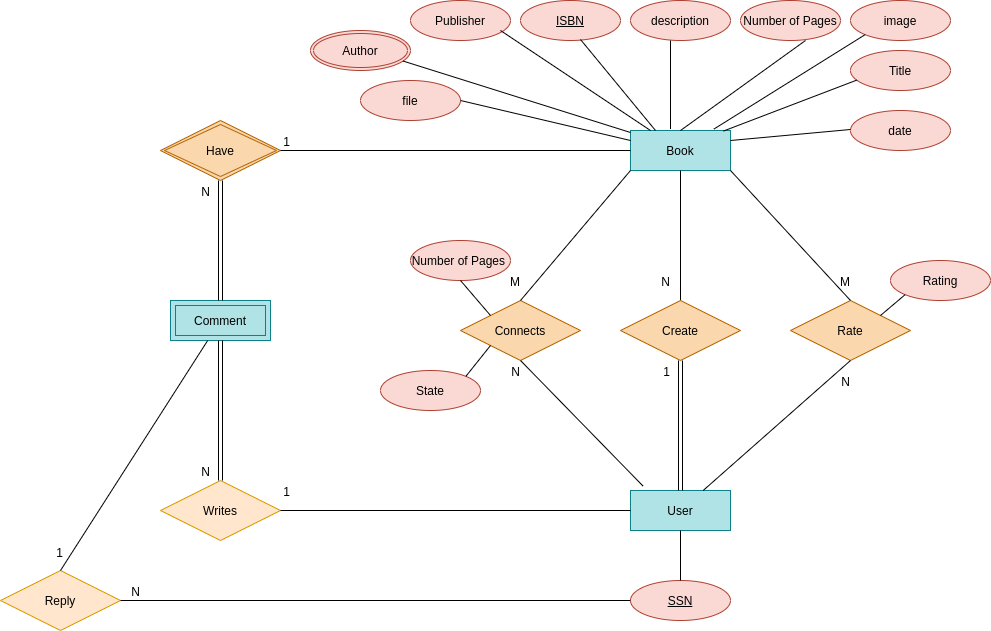
web-programming-course/SadafSocialNetwork keeps this draw.io diagram as Database/ER.png. Above is the earlier version. Source tidied: cells renumbered, new cells last; positions are measured from the earlier drawing's top-left corner, leaving out a move shared by most shapes. Source of this version:
```xml
<mxGraphModel>
  <root>
    <mxCell id="0" />
    <mxCell id="1" parent="0" />
    <mxCell id="2" value="Book" style="whiteSpace=wrap;html=1;align=center;fillColor=#b0e3e6;strokeColor=#0e8088;" parent="1" vertex="1">
      <mxGeometry x="630" y="130" width="100" height="40" as="geometry" />
    </mxCell>
    <mxCell id="3" value="ISBN" style="ellipse;whiteSpace=wrap;html=1;align=center;fontStyle=4;fillColor=#fad9d5;strokeColor=#ae4132;" parent="1" vertex="1">
      <mxGeometry x="520" width="100" height="40" as="geometry" />
    </mxCell>
    <mxCell id="4" value="description" style="ellipse;whiteSpace=wrap;html=1;align=center;fillColor=#fad9d5;strokeColor=#ae4132;" parent="1" vertex="1">
      <mxGeometry x="630" width="100" height="40" as="geometry" />
    </mxCell>
    <mxCell id="5" value="Number of Pages" style="ellipse;whiteSpace=wrap;html=1;align=center;fillColor=#fad9d5;strokeColor=#ae4132;" parent="1" vertex="1">
      <mxGeometry x="740" width="100" height="40" as="geometry" />
    </mxCell>
    <mxCell id="6" value="Publisher" style="ellipse;whiteSpace=wrap;html=1;align=center;fillColor=#fad9d5;strokeColor=#ae4132;" parent="1" vertex="1">
      <mxGeometry x="410" width="100" height="40" as="geometry" />
    </mxCell>
    <mxCell id="7" value="image" style="ellipse;whiteSpace=wrap;html=1;align=center;fillColor=#fad9d5;strokeColor=#ae4132;" parent="1" vertex="1">
      <mxGeometry x="850" width="100" height="40" as="geometry" />
    </mxCell>
    <mxCell id="8" value="Author" style="ellipse;shape=doubleEllipse;margin=3;whiteSpace=wrap;html=1;align=center;fillColor=#fad9d5;strokeColor=#ae4132;" parent="1" vertex="1">
      <mxGeometry x="310" y="30" width="100" height="40" as="geometry" />
    </mxCell>
    <mxCell id="9" value="Title" style="ellipse;whiteSpace=wrap;html=1;align=center;fillColor=#fad9d5;strokeColor=#ae4132;" parent="1" vertex="1">
      <mxGeometry x="850" y="50" width="100" height="40" as="geometry" />
    </mxCell>
    <mxCell id="10" value="file" style="ellipse;whiteSpace=wrap;html=1;align=center;fillColor=#fad9d5;strokeColor=#ae4132;" parent="1" vertex="1">
      <mxGeometry x="360" y="80" width="100" height="40" as="geometry" />
    </mxCell>
    <mxCell id="11" value="date" style="ellipse;whiteSpace=wrap;html=1;align=center;fillColor=#fad9d5;strokeColor=#ae4132;" parent="1" vertex="1">
      <mxGeometry x="850" y="110" width="100" height="40" as="geometry" />
    </mxCell>
    <mxCell id="12" style="endArrow=none;html=1;rounded=0;entryX=0;entryY=0.25;entryDx=0;entryDy=0;exitX=1;exitY=0.5;exitDx=0;exitDy=0;" parent="1" edge="1" source="10" target="2">
      <mxGeometry relative="1" as="geometry" />
    </mxCell>
    <mxCell id="13" style="endArrow=none;html=1;rounded=0;exitX=0.925;exitY=0.763;exitDx=0;exitDy=0;exitPerimeter=0;" parent="1" edge="1" source="8">
      <mxGeometry relative="1" as="geometry">
        <mxPoint x="630" y="132" as="targetPoint" />
      </mxGeometry>
    </mxCell>
    <mxCell id="14" style="endArrow=none;html=1;rounded=0;" parent="1" edge="1" target="2">
      <mxGeometry relative="1" as="geometry">
        <mxPoint x="500" y="30" as="sourcePoint" />
      </mxGeometry>
    </mxCell>
    <mxCell id="15" style="endArrow=none;html=1;rounded=0;entryX=0.25;entryY=0;entryDx=0;entryDy=0;" parent="1" edge="1" target="2">
      <mxGeometry relative="1" as="geometry">
        <mxPoint x="580" y="39" as="sourcePoint" />
      </mxGeometry>
    </mxCell>
    <mxCell id="16" style="endArrow=none;html=1;rounded=0;entryX=0.4;entryY=-0.037;entryDx=0;entryDy=0;entryPerimeter=0;" parent="1" edge="1" target="2">
      <mxGeometry relative="1" as="geometry">
        <mxPoint x="670" y="40" as="sourcePoint" />
      </mxGeometry>
    </mxCell>
    <mxCell id="17" style="endArrow=none;html=1;rounded=0;exitX=0.5;exitY=0;exitDx=0;exitDy=0;" parent="1" edge="1" source="2">
      <mxGeometry relative="1" as="geometry">
        <mxPoint x="805" y="40" as="targetPoint" />
      </mxGeometry>
    </mxCell>
    <mxCell id="18" style="endArrow=none;html=1;rounded=0;exitX=0.835;exitY=-0.037;exitDx=0;exitDy=0;exitPerimeter=0;entryX=0;entryY=1;entryDx=0;entryDy=0;" parent="1" edge="1" source="2" target="7">
      <mxGeometry relative="1" as="geometry" />
    </mxCell>
    <mxCell id="19" style="endArrow=none;html=1;rounded=0;exitX=0.93;exitY=0.013;exitDx=0;exitDy=0;exitPerimeter=0;entryX=0.065;entryY=0.738;entryDx=0;entryDy=0;entryPerimeter=0;" parent="1" edge="1" source="2" target="9">
      <mxGeometry relative="1" as="geometry" />
    </mxCell>
    <mxCell id="20" style="endArrow=none;html=1;rounded=0;exitX=1;exitY=0.25;exitDx=0;exitDy=0;" parent="1" edge="1" source="2">
      <mxGeometry relative="1" as="geometry">
        <mxPoint x="850" y="129" as="targetPoint" />
      </mxGeometry>
    </mxCell>
    <mxCell id="21" value="User" style="whiteSpace=wrap;html=1;align=center;fillColor=#b0e3e6;strokeColor=#0e8088;" parent="1" vertex="1">
      <mxGeometry x="630" y="490" width="100" height="40" as="geometry" />
    </mxCell>
    <mxCell id="22" value="SSN" style="ellipse;whiteSpace=wrap;html=1;align=center;fontStyle=4;fillColor=#fad9d5;strokeColor=#ae4132;" parent="1" vertex="1">
      <mxGeometry x="630" y="580" width="100" height="40" as="geometry" />
    </mxCell>
    <mxCell id="23" style="endArrow=none;html=1;rounded=0;entryX=0.5;entryY=0;entryDx=0;entryDy=0;" parent="1" edge="1" target="22">
      <mxGeometry relative="1" as="geometry">
        <mxPoint x="680" y="530" as="sourcePoint" />
      </mxGeometry>
    </mxCell>
    <mxCell id="24" style="edgeStyle=orthogonalEdgeStyle;rounded=0;jettySize=auto;html=1;" parent="1" edge="1" source="25">
      <mxGeometry relative="1" as="geometry">
        <mxPoint x="680" y="300" as="targetPoint" />
      </mxGeometry>
    </mxCell>
    <mxCell id="25" value="Create" style="shape=rhombus;perimeter=rhombusPerimeter;whiteSpace=wrap;html=1;align=center;fillColor=#fad7ac;strokeColor=#b46504;" parent="1" vertex="1">
      <mxGeometry x="620" y="300" width="120" height="60" as="geometry" />
    </mxCell>
    <mxCell id="26" style="endArrow=none;html=1;rounded=0;exitX=0.5;exitY=1;exitDx=0;exitDy=0;" parent="1" edge="1" source="2">
      <mxGeometry relative="1" as="geometry">
        <mxPoint x="680" y="290" as="targetPoint" />
      </mxGeometry>
    </mxCell>
    <mxCell id="27" value="N" style="html=1;align=right;verticalAlign=bottom;" parent="26" vertex="1">
      <mxGeometry x="1" relative="1" as="geometry">
        <mxPoint x="-10" as="offset" />
      </mxGeometry>
    </mxCell>
    <mxCell id="28" value="Rate" style="shape=rhombus;perimeter=rhombusPerimeter;whiteSpace=wrap;html=1;align=center;fillColor=#fad7ac;strokeColor=#b46504;" parent="1" vertex="1">
      <mxGeometry x="790" y="300" width="120" height="60" as="geometry" />
    </mxCell>
    <mxCell id="29" value="Rating" style="ellipse;whiteSpace=wrap;html=1;align=center;fillColor=#fad9d5;strokeColor=#ae4132;" parent="1" vertex="1">
      <mxGeometry x="890" y="260" width="100" height="40" as="geometry" />
    </mxCell>
    <mxCell id="30" style="endArrow=none;html=1;rounded=0;entryX=0.5;entryY=1;entryDx=0;entryDy=0;" parent="1" edge="1" source="21" target="28">
      <mxGeometry relative="1" as="geometry" />
    </mxCell>
    <mxCell id="31" value="N" style="html=1;align=right;verticalAlign=bottom;" parent="30" vertex="1">
      <mxGeometry x="1" relative="1" as="geometry">
        <mxPoint x="0.4" y="29.7" as="offset" />
      </mxGeometry>
    </mxCell>
    <mxCell id="32" style="endArrow=none;html=1;rounded=0;entryX=0.5;entryY=0;entryDx=0;entryDy=0;" parent="1" edge="1" target="28">
      <mxGeometry relative="1" as="geometry">
        <mxPoint x="730" y="170" as="sourcePoint" />
      </mxGeometry>
    </mxCell>
    <mxCell id="33" value="M" style="html=1;align=right;verticalAlign=bottom;" parent="32" vertex="1">
      <mxGeometry x="1" relative="1" as="geometry">
        <mxPoint x="-0.1" y="-10.1" as="offset" />
      </mxGeometry>
    </mxCell>
    <mxCell id="34" style="endArrow=none;html=1;rounded=0;exitX=1;exitY=0;exitDx=0;exitDy=0;entryX=0;entryY=1;entryDx=0;entryDy=0;" parent="1" edge="1" source="28" target="29">
      <mxGeometry relative="1" as="geometry" />
    </mxCell>
    <mxCell id="35" value="Connects" style="shape=rhombus;perimeter=rhombusPerimeter;whiteSpace=wrap;html=1;align=center;fillColor=#fad7ac;strokeColor=#b46504;" parent="1" vertex="1">
      <mxGeometry x="460" y="300" width="120" height="60" as="geometry" />
    </mxCell>
    <mxCell id="36" style="shape=link;html=1;rounded=0;exitX=0.5;exitY=0;exitDx=0;exitDy=0;" parent="1" edge="1" source="21">
      <mxGeometry relative="1" as="geometry">
        <mxPoint x="680" y="360" as="targetPoint" />
      </mxGeometry>
    </mxCell>
    <mxCell id="37" value="1" style="html=1;align=right;verticalAlign=bottom;" parent="36" vertex="1">
      <mxGeometry x="1" relative="1" as="geometry">
        <mxPoint x="-10" y="20" as="offset" />
      </mxGeometry>
    </mxCell>
    <mxCell id="38" style="endArrow=none;html=1;rounded=0;exitX=0.125;exitY=-0.112;exitDx=0;exitDy=0;exitPerimeter=0;entryX=0.5;entryY=1;entryDx=0;entryDy=0;" parent="1" edge="1" source="21" target="35">
      <mxGeometry relative="1" as="geometry" />
    </mxCell>
    <mxCell id="39" value="N" style="html=1;align=right;verticalAlign=bottom;" parent="38" vertex="1">
      <mxGeometry x="1" relative="1" as="geometry">
        <mxPoint x="-0.3" y="19.7" as="offset" />
      </mxGeometry>
    </mxCell>
    <mxCell id="40" style="endArrow=none;html=1;rounded=0;exitX=0;exitY=1;exitDx=0;exitDy=0;entryX=0.5;entryY=0;entryDx=0;entryDy=0;" parent="1" edge="1" source="2" target="35">
      <mxGeometry relative="1" as="geometry" />
    </mxCell>
    <mxCell id="41" value="M" style="html=1;align=right;verticalAlign=bottom;" parent="40" vertex="1">
      <mxGeometry x="1" relative="1" as="geometry">
        <mxPoint x="-0.2" y="-9.8" as="offset" />
      </mxGeometry>
    </mxCell>
    <mxCell id="42" value="Number of Pages&amp;nbsp;" style="ellipse;whiteSpace=wrap;html=1;align=center;fillColor=#fad9d5;strokeColor=#ae4132;" parent="1" vertex="1">
      <mxGeometry x="410" y="240" width="100" height="40" as="geometry" />
    </mxCell>
    <mxCell id="43" style="endArrow=none;html=1;rounded=0;entryX=0;entryY=0;entryDx=0;entryDy=0;exitX=0.5;exitY=1;exitDx=0;exitDy=0;" parent="1" edge="1" source="42" target="35">
      <mxGeometry relative="1" as="geometry" />
    </mxCell>
    <mxCell id="44" value="State" style="ellipse;whiteSpace=wrap;html=1;align=center;fillColor=#fad9d5;strokeColor=#ae4132;" parent="1" vertex="1">
      <mxGeometry x="380" y="370" width="100" height="40" as="geometry" />
    </mxCell>
    <mxCell id="45" style="endArrow=none;html=1;rounded=0;entryX=0;entryY=1;entryDx=0;entryDy=0;exitX=1;exitY=0;exitDx=0;exitDy=0;" parent="1" edge="1" source="44" target="35">
      <mxGeometry relative="1" as="geometry" />
    </mxCell>
    <mxCell id="46" value="Comment" style="shape=ext;margin=3;double=1;whiteSpace=wrap;html=1;align=center;fillColor=#b0e3e6;strokeColor=#0e8088;" parent="1" vertex="1">
      <mxGeometry x="170" y="300" width="100" height="40" as="geometry" />
    </mxCell>
    <mxCell id="47" value="Have" style="shape=rhombus;double=1;perimeter=rhombusPerimeter;whiteSpace=wrap;html=1;align=center;fillColor=#fad7ac;strokeColor=#b46504;" parent="1" vertex="1">
      <mxGeometry x="160" y="120" width="120" height="60" as="geometry" />
    </mxCell>
    <mxCell id="48" style="endArrow=none;html=1;rounded=0;entryX=1;entryY=0.5;entryDx=0;entryDy=0;" parent="1" edge="1" source="2" target="47">
      <mxGeometry relative="1" as="geometry" />
    </mxCell>
    <mxCell id="49" value="1" style="html=1;align=right;verticalAlign=bottom;" parent="48" vertex="1">
      <mxGeometry x="1" relative="1" as="geometry">
        <mxPoint x="10" as="offset" />
      </mxGeometry>
    </mxCell>
    <mxCell id="50" style="shape=link;html=1;rounded=0;entryX=0.5;entryY=1;entryDx=0;entryDy=0;exitX=0.5;exitY=0;exitDx=0;exitDy=0;" parent="1" edge="1" source="46" target="47">
      <mxGeometry relative="1" as="geometry" />
    </mxCell>
    <mxCell id="51" value="N" style="html=1;align=right;verticalAlign=bottom;" parent="50" vertex="1">
      <mxGeometry x="1" relative="1" as="geometry">
        <mxPoint x="-10" y="20" as="offset" />
      </mxGeometry>
    </mxCell>
    <mxCell id="52" value="Writes" style="shape=rhombus;perimeter=rhombusPerimeter;whiteSpace=wrap;html=1;align=center;fillColor=#ffe6cc;strokeColor=#d79b00;" parent="1" vertex="1">
      <mxGeometry x="160" y="480" width="120" height="60" as="geometry" />
    </mxCell>
    <mxCell id="53" style="shape=link;html=1;rounded=0;exitX=0.5;exitY=1;exitDx=0;exitDy=0;entryX=0.5;entryY=0;entryDx=0;entryDy=0;" parent="1" edge="1" source="46" target="52">
      <mxGeometry relative="1" as="geometry" />
    </mxCell>
    <mxCell id="54" value="N" style="html=1;align=right;verticalAlign=bottom;" parent="53" vertex="1">
      <mxGeometry x="1" relative="1" as="geometry">
        <mxPoint x="-10" as="offset" />
      </mxGeometry>
    </mxCell>
    <mxCell id="55" style="endArrow=none;html=1;rounded=0;entryX=1;entryY=0.5;entryDx=0;entryDy=0;exitX=0;exitY=0.5;exitDx=0;exitDy=0;" parent="1" edge="1" source="21" target="52">
      <mxGeometry relative="1" as="geometry" />
    </mxCell>
    <mxCell id="56" value="1" style="html=1;align=right;verticalAlign=bottom;" parent="55" vertex="1">
      <mxGeometry x="1" relative="1" as="geometry">
        <mxPoint x="9.6" y="-10" as="offset" />
      </mxGeometry>
    </mxCell>
    <mxCell id="57" value="Reply" style="shape=rhombus;perimeter=rhombusPerimeter;whiteSpace=wrap;html=1;align=center;fillColor=#FFE6CC;strokeColor=#D79B00;" parent="1" vertex="1">
      <mxGeometry y="570" width="120" height="60" as="geometry" />
    </mxCell>
    <mxCell id="58" style="endArrow=none;html=1;rounded=0;entryX=0.5;entryY=0;entryDx=0;entryDy=0;" parent="1" edge="1" source="46" target="57">
      <mxGeometry relative="1" as="geometry" />
    </mxCell>
    <mxCell id="59" value="1" style="html=1;align=right;verticalAlign=bottom;" parent="58" vertex="1">
      <mxGeometry x="1" relative="1" as="geometry">
        <mxPoint x="2.9" y="-8.8" as="offset" />
      </mxGeometry>
    </mxCell>
    <mxCell id="60" style="endArrow=none;html=1;rounded=0;entryX=1;entryY=0.5;entryDx=0;entryDy=0;exitX=0;exitY=0.5;exitDx=0;exitDy=0;" parent="1" edge="1" source="22" target="57">
      <mxGeometry relative="1" as="geometry" />
    </mxCell>
    <mxCell id="61" value="N" style="html=1;align=right;verticalAlign=bottom;" parent="60" vertex="1">
      <mxGeometry x="1" relative="1" as="geometry">
        <mxPoint x="20" as="offset" />
      </mxGeometry>
    </mxCell>
  </root>
</mxGraphModel>
```
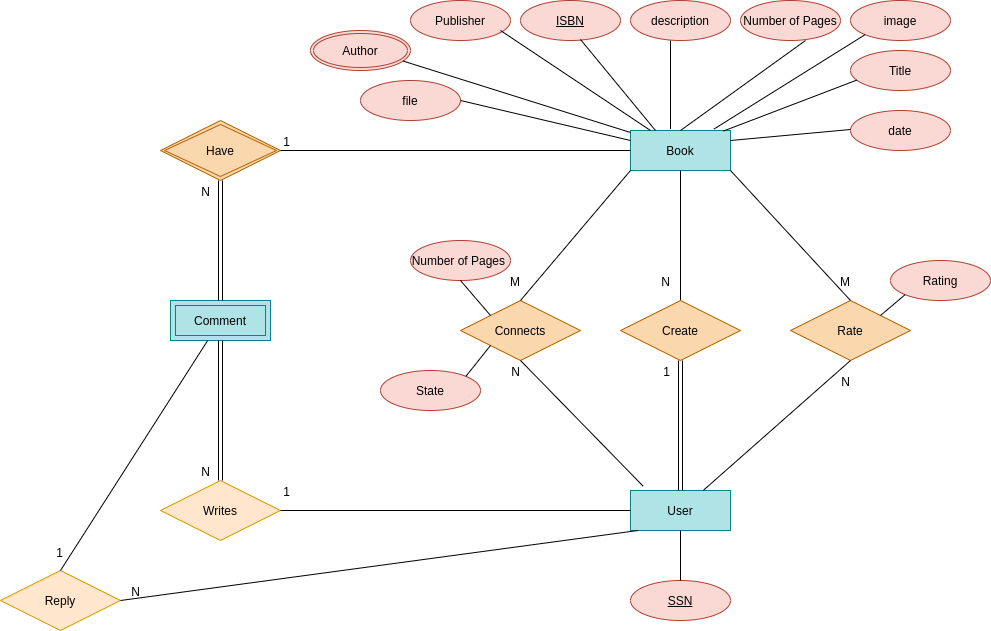
The same diagram one commit later.

The edit, as a diff of the source:
```diff
@@ -220,7 +220,7 @@
         <mxPoint x="2.9" y="-8.8" as="offset" />
       </mxGeometry>
     </mxCell>
-    <mxCell id="60" style="endArrow=none;html=1;rounded=0;entryX=1;entryY=0.5;entryDx=0;entryDy=0;exitX=0;exitY=0.5;exitDx=0;exitDy=0;" parent="1" edge="1" source="22" target="57">
+    <mxCell id="60" style="endArrow=none;html=1;rounded=0;entryX=1;entryY=0.5;entryDx=0;entryDy=0;exitX=0.075;exitY=1;exitDx=0;exitDy=0;exitPerimeter=0;" parent="1" edge="1" source="21" target="57">
       <mxGeometry relative="1" as="geometry" />
     </mxCell>
     <mxCell id="61" value="N" style="html=1;align=right;verticalAlign=bottom;" parent="60" vertex="1">
```
